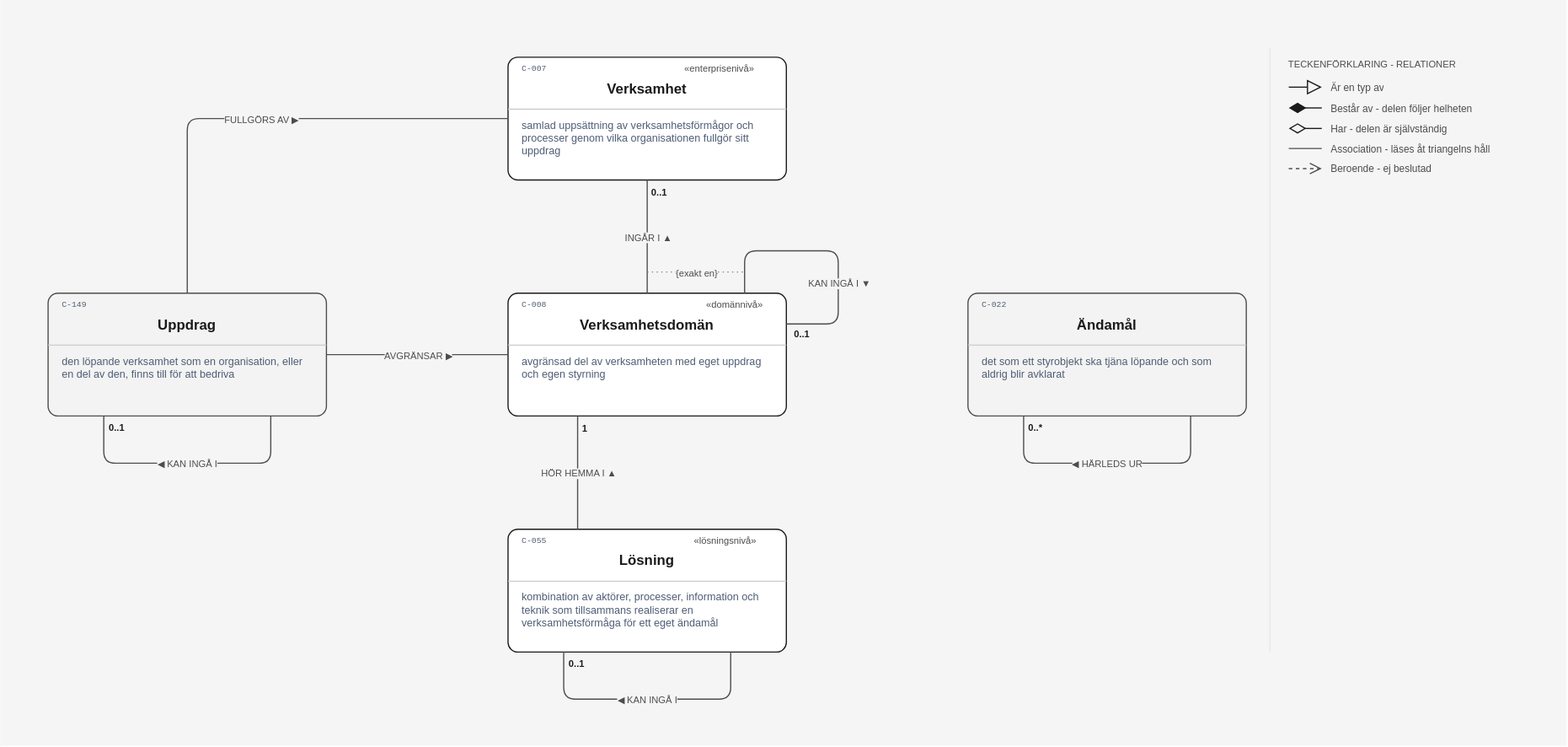
The draw.io diagram layout/Arkitekturnivå.drawio.svg in nickdin/gestaltadet-katalog, before a commit. Source tidied: cells renumbered, new cells last; positions are measured from the earlier drawing's top-left corner, leaving out a move shared by most shapes.
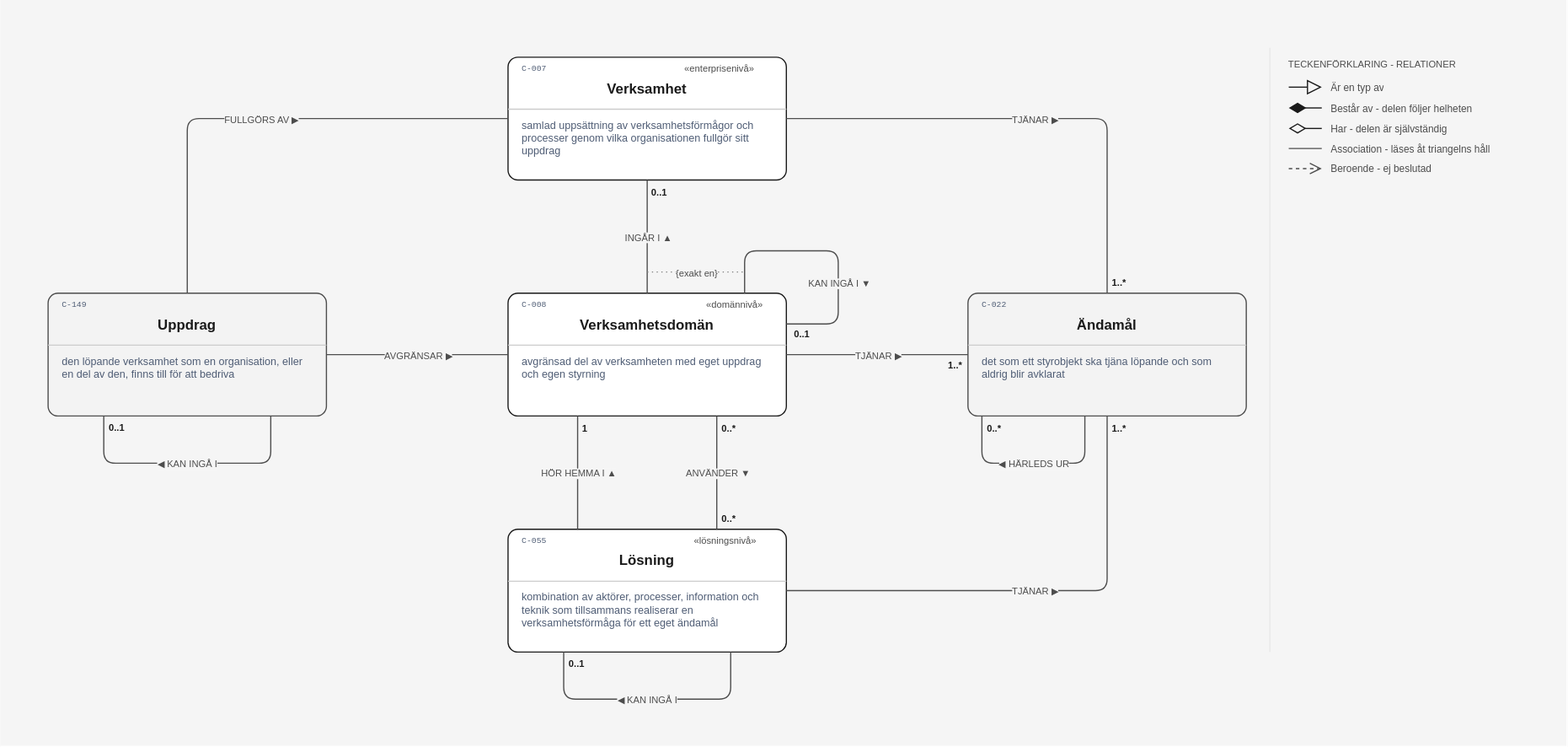
After the commit.

Commit message:
Ritningen Arkitekturnivå: de fyra pilarna utan stöd i lagret står kvar tills #90 och #91 är avgjorda (#74)

Claude-Session: https://claude.ai/code/session_014hgawNBSmezrcKX8vMpay7

Diff of the diagram source:
```diff
@@ -269,11 +269,11 @@
         <mxPoint x="9.9" y="10" as="offset" />
       </mxGeometry>
     </mxCell>
-    <mxCell id="69" style="edgeStyle=orthogonalEdgeStyle;rounded=1;html=1;strokeColor=#4d4d4d;strokeWidth=1;endArrow=none;endSize=8;exitX=0.8;exitY=1;exitDx=0;exitDy=0;entryX=0.2;entryY=1;entryDx=0;entryDy=0;jumpStyle=line;" parent="1" edge="1" source="31" target="31">
+    <mxCell id="69" style="edgeStyle=orthogonalEdgeStyle;rounded=1;html=1;strokeColor=#4d4d4d;strokeWidth=1;endArrow=none;endSize=8;exitX=0.42;exitY=1;exitDx=0;exitDy=0;entryX=0.05;entryY=1;entryDx=0;entryDy=0;jumpStyle=line;" parent="1" edge="1" source="31" target="31">
       <mxGeometry relative="1" as="geometry">
         <Array as="points">
-          <mxPoint x="1008.8" y="392" />
-          <mxPoint x="867.2" y="392" />
+          <mxPoint x="919.1" y="392" />
+          <mxPoint x="831.8" y="392" />
         </Array>
       </mxGeometry>
     </mxCell>
@@ -285,5 +285,62 @@
         <mxPoint x="9.2" y="10" as="offset" />
       </mxGeometry>
     </mxCell>
+    <mxCell id="72" style="edgeStyle=orthogonalEdgeStyle;rounded=1;html=1;strokeColor=#4d4d4d;strokeWidth=1;endArrow=none;endSize=8;exitX=0.75;exitY=1;exitDx=0;exitDy=0;entryX=0.75;entryY=0;entryDx=0;entryDy=0;jumpStyle=line;" parent="1" edge="1" source="11" target="18">
+      <mxGeometry relative="1" as="geometry" />
+    </mxCell>
+    <mxCell id="73" value="ANVÄNDER ▼" style="edgeLabel;html=1;align=center;verticalAlign=middle;fontFamily=Helvetica;fontSize=8;fontColor=#4d4d4d;fontStyle=0;labelBackgroundColor=#f5f5f5;" parent="72" vertex="1">
+      <mxGeometry relative="1" as="geometry" />
+    </mxCell>
+    <mxCell id="74" value="0..*" style="edgeLabel;html=1;align=center;verticalAlign=middle;fontFamily=Helvetica;fontSize=8;fontColor=#1a1a1a;fontStyle=1;labelBackgroundColor=#f5f5f5;" parent="72" vertex="1">
+      <mxGeometry x="-1" relative="1" as="geometry">
+        <mxPoint x="9.2" y="10" as="offset" />
+      </mxGeometry>
+    </mxCell>
+    <mxCell id="75" value="0..*" style="edgeLabel;html=1;align=center;verticalAlign=middle;fontFamily=Helvetica;fontSize=8;fontColor=#1a1a1a;fontStyle=1;labelBackgroundColor=#f5f5f5;" parent="72" vertex="1">
+      <mxGeometry x="1" relative="1" as="geometry">
+        <mxPoint x="9.2" y="-10" as="offset" />
+      </mxGeometry>
+    </mxCell>
+    <mxCell id="76" style="edgeStyle=orthogonalEdgeStyle;rounded=1;html=1;strokeColor=#4d4d4d;strokeWidth=1;endArrow=none;endSize=8;exitX=1;exitY=0.5;exitDx=0;exitDy=0;entryX=0.5;entryY=0;entryDx=0;entryDy=0;jumpStyle=line;" parent="1" edge="1" source="4" target="31">
+      <mxGeometry relative="1" as="geometry">
+        <Array as="points">
+          <mxPoint x="938" y="100" />
+        </Array>
+      </mxGeometry>
+    </mxCell>
+    <mxCell id="77" value="TJÄNAR ▶" style="edgeLabel;html=1;align=center;verticalAlign=middle;fontFamily=Helvetica;fontSize=8;fontColor=#4d4d4d;fontStyle=0;labelBackgroundColor=#f5f5f5;" parent="76" vertex="1">
+      <mxGeometry relative="1" as="geometry" />
+    </mxCell>
+    <mxCell id="78" value="1..*" style="edgeLabel;html=1;align=center;verticalAlign=middle;fontFamily=Helvetica;fontSize=8;fontColor=#1a1a1a;fontStyle=1;labelBackgroundColor=#f5f5f5;" parent="76" vertex="1">
+      <mxGeometry x="1" relative="1" as="geometry">
+        <mxPoint x="9.2" y="-10" as="offset" />
+      </mxGeometry>
+    </mxCell>
+    <mxCell id="79" style="edgeStyle=orthogonalEdgeStyle;rounded=1;html=1;strokeColor=#4d4d4d;strokeWidth=1;endArrow=none;endSize=8;exitX=1;exitY=0.5;exitDx=0;exitDy=0;entryX=0;entryY=0.5;entryDx=0;entryDy=0;jumpStyle=line;" parent="1" edge="1" source="11" target="31">
+      <mxGeometry relative="1" as="geometry" />
+    </mxCell>
+    <mxCell id="80" value="TJÄNAR ▶" style="edgeLabel;html=1;align=center;verticalAlign=middle;fontFamily=Helvetica;fontSize=8;fontColor=#4d4d4d;fontStyle=0;labelBackgroundColor=#f5f5f5;" parent="79" vertex="1">
+      <mxGeometry relative="1" as="geometry" />
+    </mxCell>
+    <mxCell id="81" value="1..*" style="edgeLabel;html=1;align=center;verticalAlign=middle;fontFamily=Helvetica;fontSize=8;fontColor=#1a1a1a;fontStyle=1;labelBackgroundColor=#f5f5f5;" parent="79" vertex="1">
+      <mxGeometry x="1" relative="1" as="geometry">
+        <mxPoint x="-11.2" y="8" as="offset" />
+      </mxGeometry>
+    </mxCell>
+    <mxCell id="82" style="edgeStyle=orthogonalEdgeStyle;rounded=1;html=1;strokeColor=#4d4d4d;strokeWidth=1;endArrow=none;endSize=8;exitX=1;exitY=0.5;exitDx=0;exitDy=0;entryX=0.5;entryY=1;entryDx=0;entryDy=0;jumpStyle=line;" parent="1" edge="1" source="18" target="31">
+      <mxGeometry relative="1" as="geometry">
+        <Array as="points">
+          <mxPoint x="938" y="500" />
+        </Array>
+      </mxGeometry>
+    </mxCell>
+    <mxCell id="83" value="TJÄNAR ▶" style="edgeLabel;html=1;align=center;verticalAlign=middle;fontFamily=Helvetica;fontSize=8;fontColor=#4d4d4d;fontStyle=0;labelBackgroundColor=#f5f5f5;" parent="82" vertex="1">
+      <mxGeometry relative="1" as="geometry" />
+    </mxCell>
+    <mxCell id="84" value="1..*" style="edgeLabel;html=1;align=center;verticalAlign=middle;fontFamily=Helvetica;fontSize=8;fontColor=#1a1a1a;fontStyle=1;labelBackgroundColor=#f5f5f5;" parent="82" vertex="1">
+      <mxGeometry x="1" relative="1" as="geometry">
+        <mxPoint x="9.2" y="10" as="offset" />
+      </mxGeometry>
+    </mxCell>
   </root>
 </mxGraphModel>
```
